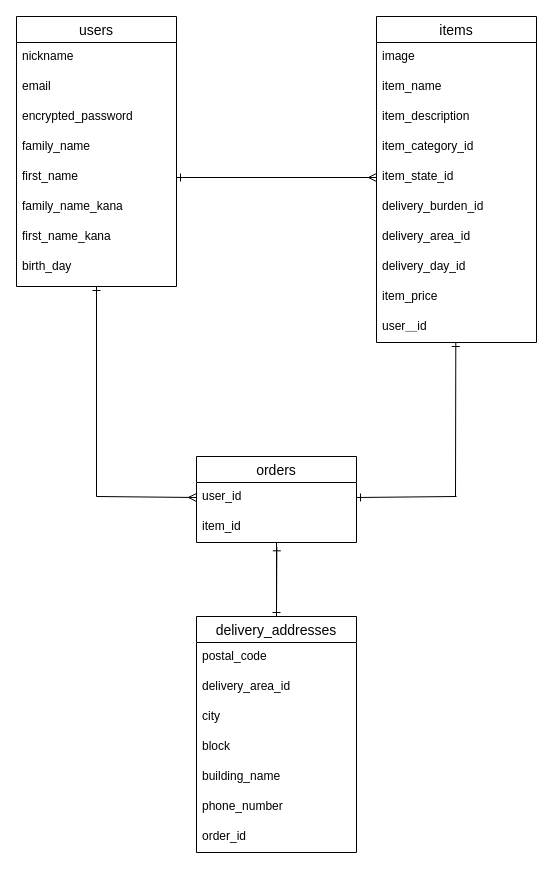
Before: ER.dio in yuukitokyo/furima-38542, a draw.io diagram. Source tidied: cells renumbered, new cells numbered last; positions are measured from the earlier drawing's top-left corner, leaving out a move shared by most shapes. Both pictures are drawn from the tidied source at 100%, with x=0, y=0 at pixel (16, 16).
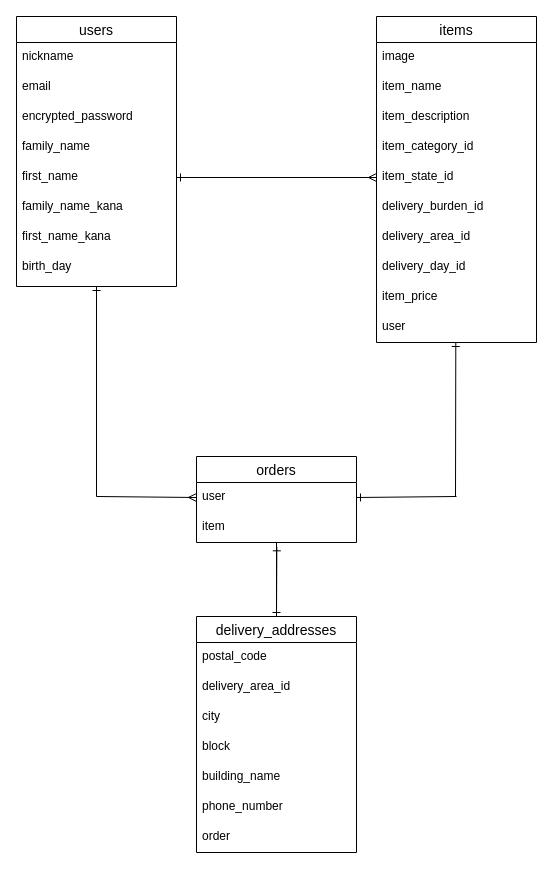
After the change.

The change refers to these unchanged cells:
```xml
<mxCell id="11" value="items" style="swimlane;fontStyle=0;horizontal=1;startSize=26;align=center;fontSize=14;" parent="1" vertex="1">
  <mxGeometry x="360" width="160" height="326" as="geometry" />
</mxCell>
<mxCell id="23" value="orders" style="swimlane;fontStyle=0;horizontal=1;startSize=26;align=center;fontSize=14;" parent="1" vertex="1">
  <mxGeometry x="180" y="440" width="160" height="86" as="geometry" />
</mxCell>
<mxCell id="27" value="delivery_addresses" style="swimlane;fontStyle=0;horizontal=1;startSize=26;align=center;fontSize=14;" parent="1" vertex="1">
  <mxGeometry x="180" y="600" width="160" height="236" as="geometry" />
</mxCell>
```

Change to the diagram source:
```diff
@@
-    <mxCell id="21" value="user＿id" style="text;strokeColor=none;fillColor=none;spacingLeft=4;spacingRight=4;overflow=hidden;fontSize=12;" parent="11" vertex="1">
+    <mxCell id="21" value="user" style="text;strokeColor=none;fillColor=none;spacingLeft=4;spacingRight=4;overflow=hidden;fontSize=12;" parent="11" vertex="1">
       <mxGeometry y="296" width="160" height="30" as="geometry" />
     </mxCell>
@@
-    <mxCell id="24" value="user_id" style="text;strokeColor=none;fillColor=none;spacingLeft=4;spacingRight=4;overflow=hidden;points=[[0,0.5],[1,0.5]];portConstraint=eastwest;fontSize=12;" parent="23" vertex="1">
+    <mxCell id="24" value="user" style="text;strokeColor=none;fillColor=none;spacingLeft=4;spacingRight=4;overflow=hidden;points=[[0,0.5],[1,0.5]];portConstraint=eastwest;fontSize=12;" parent="23" vertex="1">
       <mxGeometry y="26" width="160" height="30" as="geometry" />
     </mxCell>
-    <mxCell id="25" value="item_id" style="text;strokeColor=none;fillColor=none;spacingLeft=4;spacingRight=4;overflow=hidden;points=[[0,0.5],[1,0.5]];portConstraint=eastwest;fontSize=12;" parent="23" vertex="1">
+    <mxCell id="25" value="item" style="text;strokeColor=none;fillColor=none;spacingLeft=4;spacingRight=4;overflow=hidden;points=[[0,0.5],[1,0.5]];portConstraint=eastwest;fontSize=12;" parent="23" vertex="1">
       <mxGeometry y="56" width="160" height="30" as="geometry" />
     </mxCell>
@@
-    <mxCell id="34" value="order_id" style="text;strokeColor=none;fillColor=none;spacingLeft=4;spacingRight=4;overflow=hidden;fontSize=12;" parent="27" vertex="1">
+    <mxCell id="34" value="order" style="text;strokeColor=none;fillColor=none;spacingLeft=4;spacingRight=4;overflow=hidden;fontSize=12;" parent="27" vertex="1">
       <mxGeometry y="206" width="160" height="30" as="geometry" />
     </mxCell>
```
